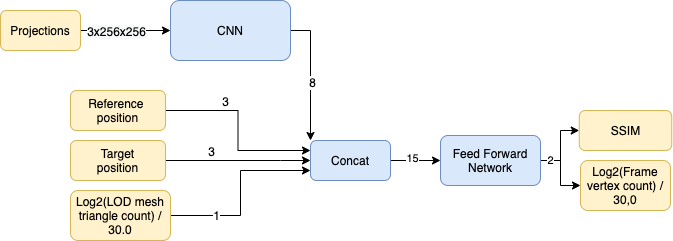
Before: documentation/images/tesi_diagram.png, a diagram exported from draw.io (frankplus/Deep-3D-optimization). Source tidied: cells renumbered, new cells last; positions are measured from the earlier drawing's top-left corner, leaving out a move shared by most shapes.
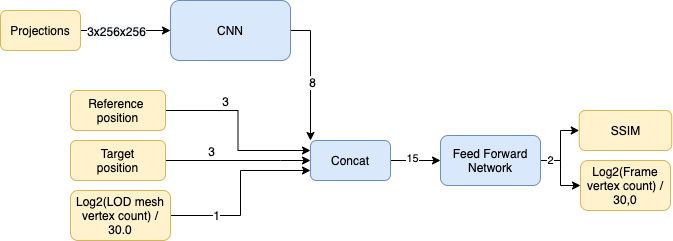
The same diagram one commit later.

Change to the diagram source:
```diff
@@ -62,7 +62,7 @@
     <mxCell id="18" value="&lt;font style=&quot;font-size: 12px&quot;&gt;1&lt;/font&gt;" style="edgeLabel;html=1;align=center;verticalAlign=middle;" parent="17" vertex="1">
       <mxGeometry x="-0.51" y="1" relative="1" as="geometry" />
     </mxCell>
-    <mxCell id="19" value="Log2(LOD mesh&lt;br&gt;triangle count) / 30.0" style="rounded=1;whiteSpace=wrap;html=1;fillColor=#fff2cc;strokeColor=#d6b656;" parent="1" vertex="1">
+    <mxCell id="19" value="Log2(LOD mesh&lt;br&gt;vertex count) / 30.0" style="rounded=1;whiteSpace=wrap;html=1;fillColor=#fff2cc;strokeColor=#d6b656;" parent="1" vertex="1">
       <mxGeometry x="70" y="190" width="100" height="50" as="geometry" />
     </mxCell>
     <mxCell id="20" style="edgeStyle=orthogonalEdgeStyle;rounded=0;jettySize=auto;html=1;" parent="1" edge="1" source="23" target="24">
```
